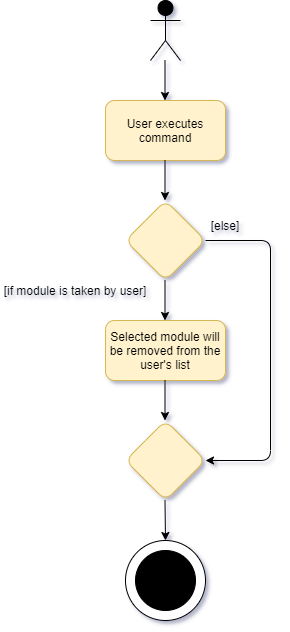
vanessa-kang/tp keeps this draw.io diagram as docs/images/DeveloperGuide/removeModuleCommand_activity.png. Above is the earlier version. Source tidied: cells renumbered, new cells last; positions are measured from the earlier drawing's top-left corner, leaving out a move shared by most shapes. Source of this version:
```xml
<mxGraphModel shadow="1">
  <root>
    <mxCell id="0" />
    <mxCell id="1" parent="0" />
    <mxCell id="2" style="shape=umlActor;verticalLabelPosition=bottom;verticalAlign=top;html=1;fillColor=#000000;" parent="1" vertex="1">
      <mxGeometry x="150" width="30" height="60" as="geometry" />
    </mxCell>
    <mxCell id="3" style="endArrow=classic;html=1;" parent="1" edge="1">
      <mxGeometry relative="1" as="geometry">
        <mxPoint x="164.5" y="60" as="sourcePoint" />
        <mxPoint x="164.5" y="100" as="targetPoint" />
      </mxGeometry>
    </mxCell>
    <mxCell id="4" value="User executes command" style="rounded=1;whiteSpace=wrap;html=1;fillColor=#fff2cc;strokeColor=#d6b656;" parent="1" vertex="1">
      <mxGeometry x="105" y="100" width="120" height="60" as="geometry" />
    </mxCell>
    <mxCell id="5" style="rhombus;whiteSpace=wrap;html=1;fillColor=#fff2cc;strokeColor=#d6b656;rounded=1;" parent="1" vertex="1">
      <mxGeometry x="125" y="200" width="80" height="80" as="geometry" />
    </mxCell>
    <mxCell id="6" style="endArrow=classic;html=1;" parent="1" edge="1">
      <mxGeometry relative="1" as="geometry">
        <mxPoint x="164.5" y="160" as="sourcePoint" />
        <mxPoint x="164.5" y="200" as="targetPoint" />
      </mxGeometry>
    </mxCell>
    <mxCell id="7" style="endArrow=classic;html=1;" parent="1" edge="1">
      <mxGeometry relative="1" as="geometry">
        <mxPoint x="164.5" y="280" as="sourcePoint" />
        <mxPoint x="164.5" y="320" as="targetPoint" />
      </mxGeometry>
    </mxCell>
    <mxCell id="8" value="Selected module will be removed from the user's list" style="rounded=1;whiteSpace=wrap;html=1;fillColor=#fff2cc;strokeColor=#d6b656;" parent="1" vertex="1">
      <mxGeometry x="105" y="320" width="120" height="60" as="geometry" />
    </mxCell>
    <mxCell id="9" style="rhombus;whiteSpace=wrap;html=1;fillColor=#fff2cc;strokeColor=#d6b656;rounded=1;" parent="1" vertex="1">
      <mxGeometry x="125" y="420" width="80" height="80" as="geometry" />
    </mxCell>
    <mxCell id="10" style="endArrow=classic;html=1;" parent="1" edge="1">
      <mxGeometry relative="1" as="geometry">
        <mxPoint x="164.5" y="380" as="sourcePoint" />
        <mxPoint x="164.5" y="420" as="targetPoint" />
      </mxGeometry>
    </mxCell>
    <mxCell id="11" value="[if module is taken by user]" style="text;html=1;strokeColor=none;fillColor=none;align=center;verticalAlign=middle;whiteSpace=wrap;rounded=0;" parent="1" vertex="1">
      <mxGeometry y="280" width="150" height="20" as="geometry" />
    </mxCell>
    <mxCell id="12" style="endArrow=classic;html=1;" parent="1" edge="1" target="13">
      <mxGeometry relative="1" as="geometry">
        <mxPoint x="164.5" y="500" as="sourcePoint" />
      </mxGeometry>
    </mxCell>
    <mxCell id="13" style="ellipse;whiteSpace=wrap;html=1;" parent="1" vertex="1">
      <mxGeometry x="125" y="540" width="80" height="80" as="geometry" />
    </mxCell>
    <mxCell id="14" style="ellipse;whiteSpace=wrap;html=1;rounded=1;fillColor=#000000;" parent="1" vertex="1">
      <mxGeometry x="135" y="550" width="60" height="60" as="geometry" />
    </mxCell>
    <mxCell id="15" style="endArrow=classic;html=1;exitX=1;exitY=0.5;exitDx=0;exitDy=0;entryX=1;entryY=0.5;entryDx=0;entryDy=0;" parent="1" edge="1" source="5" target="9">
      <mxGeometry relative="1" as="geometry">
        <Array as="points">
          <mxPoint x="270" y="240" />
          <mxPoint x="270" y="460" />
        </Array>
      </mxGeometry>
    </mxCell>
    <mxCell id="16" value="[else]" style="text;html=1;strokeColor=none;fillColor=none;align=center;verticalAlign=middle;whiteSpace=wrap;rounded=0;" parent="1" vertex="1">
      <mxGeometry x="205" y="210" width="40" height="30" as="geometry" />
    </mxCell>
  </root>
</mxGraphModel>
```
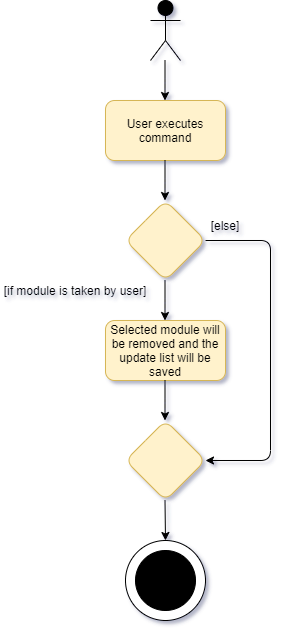
The same diagram one commit later.

Commit message:
Amended activity diagrams for edit and remove commands, added extra step in edit command for retaken modules

What changed in the source:
```diff
@@ -29,7 +29,7 @@
         <mxPoint x="164.5" y="320" as="targetPoint" />
       </mxGeometry>
     </mxCell>
-    <mxCell id="8" value="Selected module will be removed from the user's list" style="rounded=1;whiteSpace=wrap;html=1;fillColor=#fff2cc;strokeColor=#d6b656;" parent="1" vertex="1">
+    <mxCell id="8" value="Selected module will be removed and the update list will be saved" style="rounded=1;whiteSpace=wrap;html=1;fillColor=#fff2cc;strokeColor=#d6b656;" parent="1" vertex="1">
       <mxGeometry x="105" y="320" width="120" height="60" as="geometry" />
     </mxCell>
     <mxCell id="9" style="rhombus;whiteSpace=wrap;html=1;fillColor=#fff2cc;strokeColor=#d6b656;rounded=1;" parent="1" vertex="1">
```
